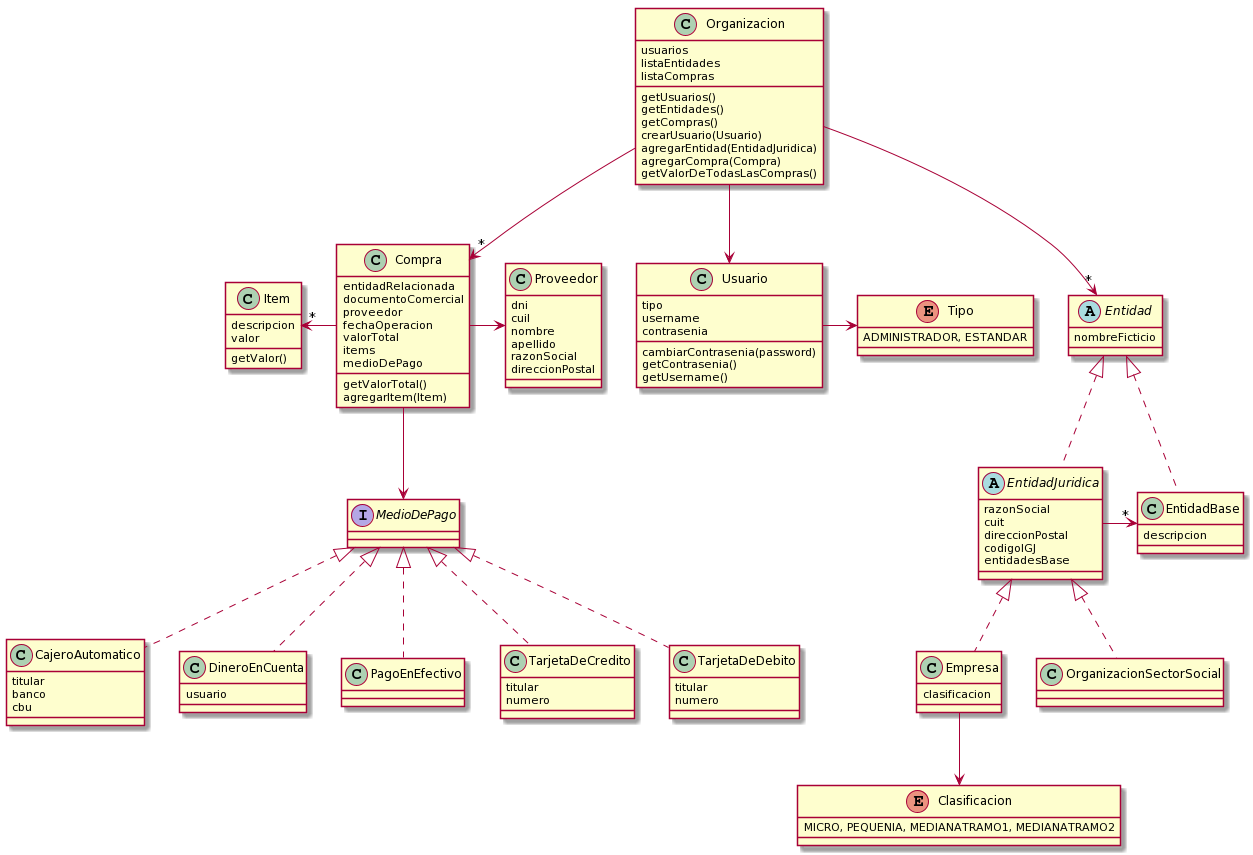
Earlier version of the PlantUML export Diagramas/DiagramaTPAEntrega1v2.png (matiasanz/TP-DDS-2020).
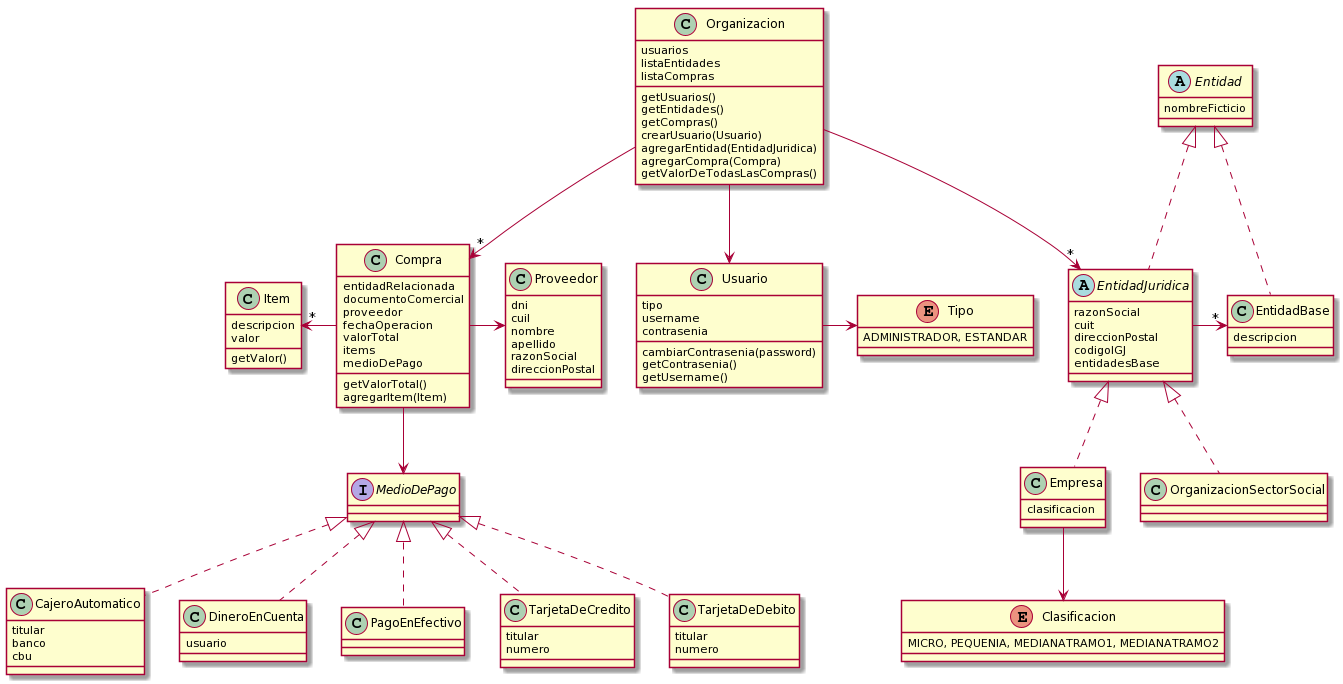
After the commit.

Commit message:
Modifico un solo detalle de diagrama.

Diff of the diagram source:
```diff
@@ -13,7 +13,7 @@
 
 }
 Organizacion --> Usuario
-Organizacion --> "*" Entidad
+Organizacion --> "*" EntidadJuridica
 Organizacion --> "*" Compra
 
 class Compra{
```
